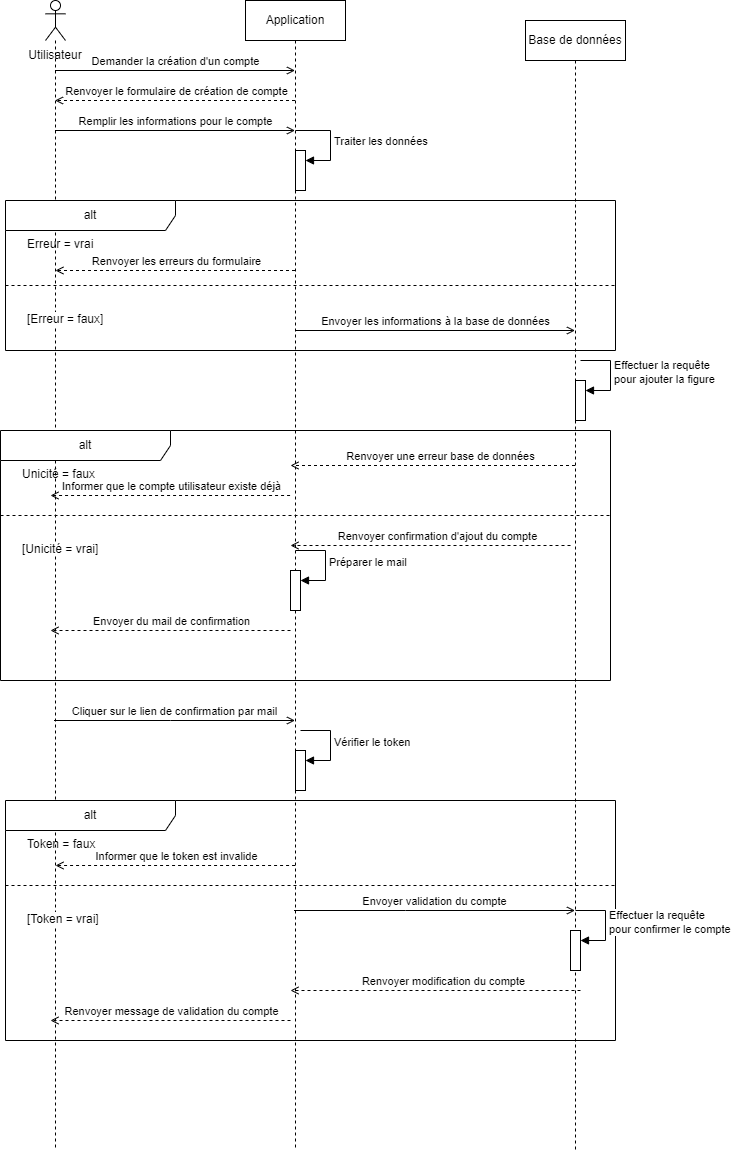
Above: diagrammes/2-Diagramme de séquence création de compte.png in Galypso-Unreal/SnowTricks (draw.io), before the change. Source tidied: cells renumbered, new cells last; positions are measured from the earlier drawing's top-left corner, leaving out a move shared by most shapes.
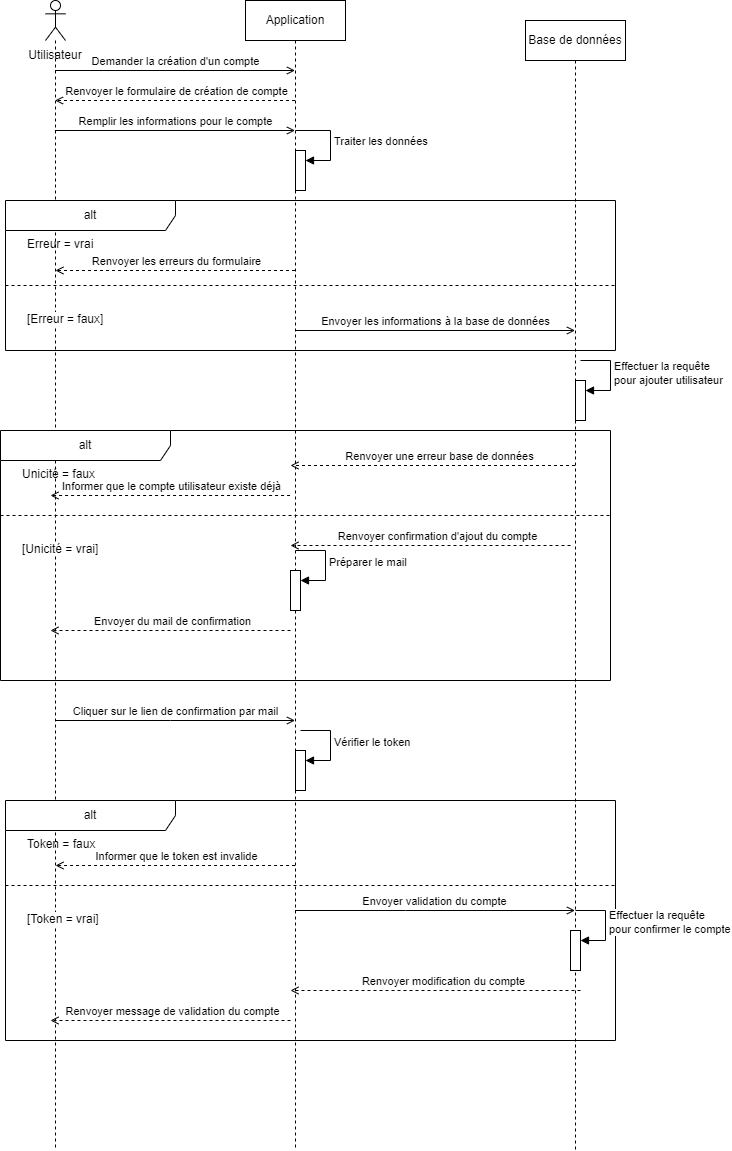
Above is the later version.

The edit, as a diff of the source:
```diff
@@ -47,7 +47,7 @@
     <mxCell id="11" style="html=1;points=[[0,0,0,0,5],[0,1,0,0,-5],[1,0,0,0,5],[1,1,0,0,-5]];perimeter=orthogonalPerimeter;outlineConnect=0;targetShapes=umlLifeline;portConstraint=eastwest;newEdgeStyle={&quot;curved&quot;:0,&quot;rounded&quot;:0};" parent="10" vertex="1">
       <mxGeometry x="50" y="360" width="10" height="40" as="geometry" />
     </mxCell>
-    <mxCell id="12" value="Effectuer la requête&lt;br&gt;pour ajouter la figure" style="html=1;align=left;spacingLeft=2;endArrow=block;rounded=0;edgeStyle=orthogonalEdgeStyle;curved=0;rounded=0;" parent="10" edge="1" target="11">
+    <mxCell id="12" value="Effectuer la requête&lt;br&gt;pour ajouter utilisateur" style="html=1;align=left;spacingLeft=2;endArrow=block;rounded=0;edgeStyle=orthogonalEdgeStyle;curved=0;rounded=0;" parent="10" edge="1" target="11">
       <mxGeometry relative="1" as="geometry">
         <mxPoint x="55" y="340" as="sourcePoint" />
         <Array as="points">
```
